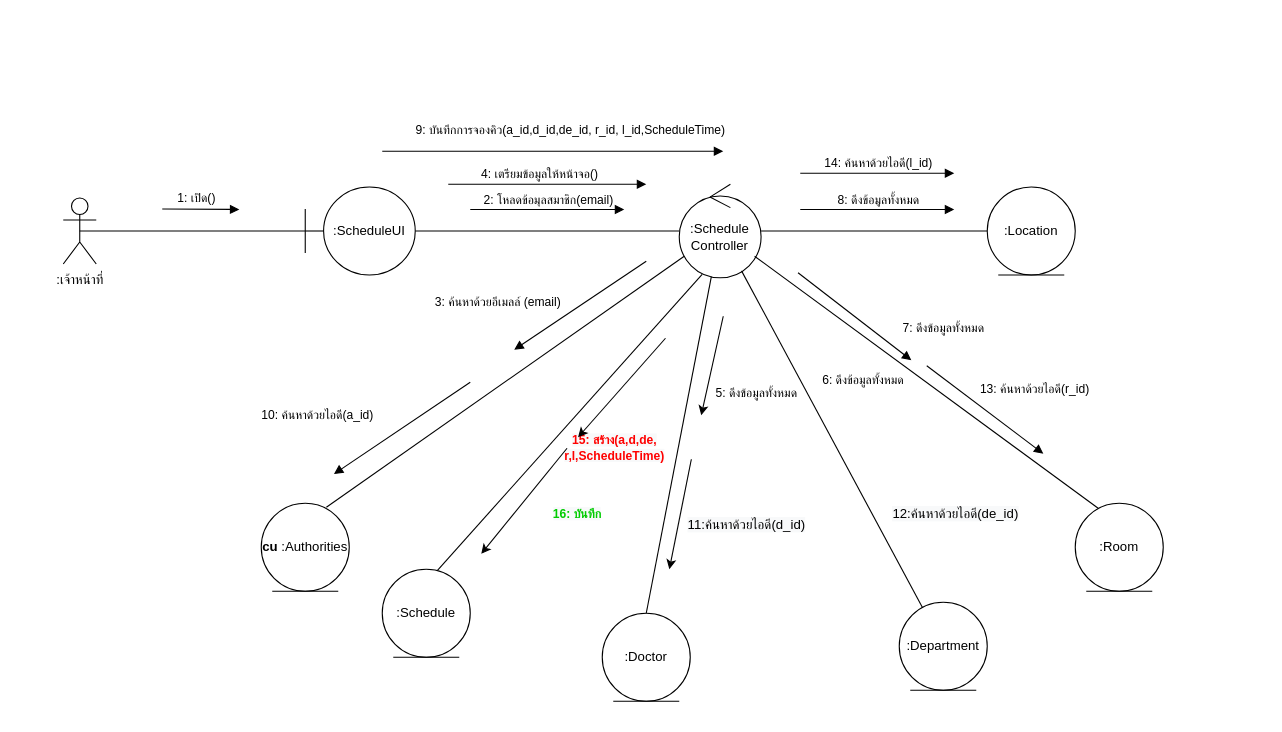
Above: page "communication" (9 of 10) of ระบบนัดหมาย.drawio in nunpromporn/DoctorSchedule (draw.io), before the change. Source tidied: cells renumbered, new cells numbered last; positions are measured from the earlier drawing's top-left corner, leaving out a move shared by most shapes. Both pictures are drawn from the tidied source at 110%, with x=0, y=0 at pixel (63, 151).
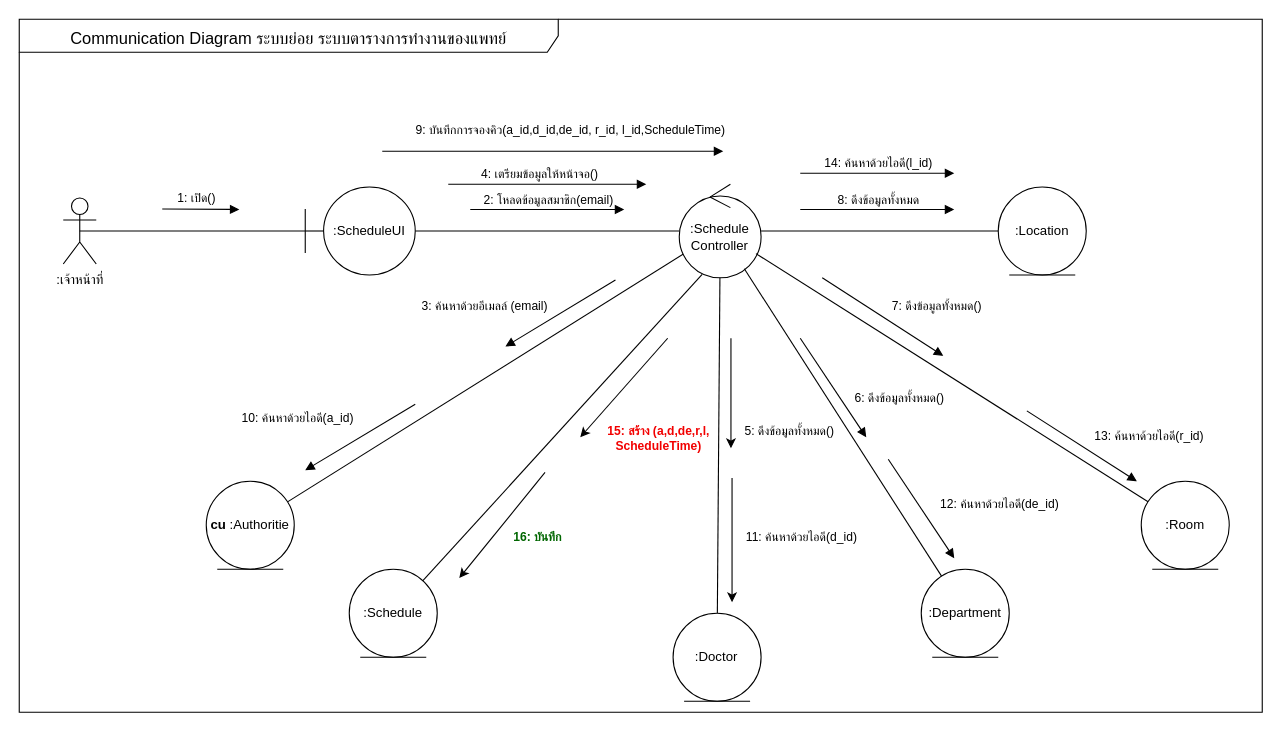
The same diagram, later.

The change refers to these unchanged cells:
```xml
<mxCell id="6" value=":Schedule&lt;br&gt;Controller" style="ellipse;shape=umlControl;whiteSpace=wrap;html=1;" parent="1" vertex="1">
  <mxGeometry x="560" y="30" width="74.4" height="85" as="geometry" />
</mxCell>
<mxCell id="17" style="endArrow=block;html=1;rounded=0;endFill=1;" parent="1" edge="1">
  <mxGeometry relative="1" as="geometry">
    <mxPoint x="370" y="53" as="sourcePoint" />
    <mxPoint x="510" y="53" as="targetPoint" />
  </mxGeometry>
</mxCell>
```

Change to the diagram source:
```diff
@@
+    <mxCell id="50" value="&lt;font style=&quot;font-size: 15px;&quot;&gt;Communication Diagram ระบบย่อย ระบบตารางการทำงานของแพทย์&lt;/font&gt;" style="shape=umlFrame;whiteSpace=wrap;html=1;fontSize=21;width=490;height=30;" parent="1" vertex="1">
+      <mxGeometry x="-40" y="-120" width="1130" height="630" as="geometry" />
+    </mxCell>
@@
-    <mxCell id="4" style="rounded=0;jettySize=auto;html=1;endArrow=none;endFill=0;exitX=0.74;exitY=0.046;exitDx=0;exitDy=0;exitPerimeter=0;" parent="1" edge="1" source="5" target="6">
+    <mxCell id="4" style="rounded=0;jettySize=auto;html=1;endArrow=none;endFill=0;" parent="1" edge="1" source="5" target="6">
       <mxGeometry relative="1" as="geometry" />
     </mxCell>
-    <mxCell id="5" value="&lt;b&gt;cu &lt;/b&gt;:Authorities" style="ellipse;shape=umlEntity;whiteSpace=wrap;html=1;" parent="1" vertex="1">
-      <mxGeometry x="180" y="320" width="80" height="80" as="geometry" />
+    <mxCell id="5" value="&lt;b&gt;cu &lt;/b&gt;:Authoritie" style="ellipse;shape=umlEntity;whiteSpace=wrap;html=1;" parent="1" vertex="1">
+      <mxGeometry x="130" y="300" width="80" height="80" as="geometry" />
     </mxCell>
@@
-    <mxCell id="11" style="edgeStyle=none;rounded=0;jettySize=auto;html=1;exitX=0.5;exitY=0;exitDx=0;exitDy=0;endArrow=none;endFill=0;" parent="1" edge="1" source="12" target="6">
+    <mxCell id="11" style="edgeStyle=none;rounded=0;jettySize=auto;html=1;endArrow=none;endFill=0;" parent="1" edge="1" source="12" target="6">
       <mxGeometry relative="1" as="geometry" />
     </mxCell>
     <mxCell id="12" value=":Doctor" style="ellipse;shape=umlEntity;whiteSpace=wrap;html=1;" parent="1" vertex="1">
-      <mxGeometry x="490" y="420" width="80" height="80" as="geometry" />
+      <mxGeometry x="554.4" y="420" width="80" height="80" as="geometry" />
     </mxCell>
@@
     <mxCell id="14" value=":Location" style="ellipse;shape=umlEntity;whiteSpace=wrap;html=1;" parent="1" vertex="1">
-      <mxGeometry x="840" y="32.5" width="80" height="80" as="geometry" />
+      <mxGeometry x="850" y="32.5" width="80" height="80" as="geometry" />
     </mxCell>
-    <mxCell id="15" style="edgeStyle=none;rounded=0;jettySize=auto;html=1;endArrow=none;endFill=0;exitX=0.272;exitY=0.066;exitDx=0;exitDy=0;exitPerimeter=0;" parent="1" edge="1" source="16" target="6">
+    <mxCell id="15" style="edgeStyle=none;rounded=0;jettySize=auto;html=1;endArrow=none;endFill=0;" parent="1" edge="1" source="16" target="6">
       <mxGeometry relative="1" as="geometry" />
     </mxCell>
     <mxCell id="16" value=":Room" style="ellipse;shape=umlEntity;whiteSpace=wrap;html=1;" parent="1" vertex="1">
-      <mxGeometry x="920" y="320" width="80" height="80" as="geometry" />
+      <mxGeometry x="980" y="300" width="80" height="80" as="geometry" />
     </mxCell>
@@
-    <mxCell id="18" value="2: โหลดข้อมุลสมาชิก(email)" style="edgeLabel;html=1;align=center;verticalAlign=middle;" parent="17" vertex="1">
+    <mxCell id="18" value="2: โหลดข้อมูลสมาชิก(email)" style="edgeLabel;html=1;align=center;verticalAlign=middle;" parent="17" vertex="1">
       <mxGeometry x="-0.4" y="1" relative="1" as="geometry">
         <mxPoint x="28" y="-9" as="offset" />
       </mxGeometry>
     </mxCell>
@@
     <mxCell id="23" style="endArrow=none;html=1;rounded=0;endFill=0;startArrow=block;startFill=1;" parent="1" edge="1">
       <mxGeometry relative="1" as="geometry">
-        <mxPoint x="410" y="180.5" as="sourcePoint" />
-        <mxPoint x="530" y="100" as="targetPoint" />
+        <mxPoint x="402" y="177.5" as="sourcePoint" />
+        <mxPoint x="502" y="117" as="targetPoint" />
       </mxGeometry>
     </mxCell>
     <mxCell id="24" value="3: ค้นหาด้วยอีเมลล์ (email)" style="edgeLabel;html=1;align=center;verticalAlign=middle;" parent="23" vertex="1">
       <mxGeometry x="0.18" y="-1" relative="1" as="geometry">
-        <mxPoint x="-87" y="3" as="offset" />
+        <mxPoint x="-79" y="-2" as="offset" />
       </mxGeometry>
     </mxCell>
     <mxCell id="25" value="10: ค้นหาด้วยไอดี(a_id)" style="edgeLabel;html=1;align=center;verticalAlign=middle;" parent="23" vertex="1">
       <mxGeometry x="0.18" y="-1" relative="1" as="geometry">
-        <mxPoint x="-251" y="106" as="offset" />
+        <mxPoint x="-249" y="100" as="offset" />
       </mxGeometry>
     </mxCell>
-    <mxCell id="26" value="&lt;b style=&quot;background-color: rgb(248, 249, 250);&quot;&gt;&lt;font color=&quot;#ff0000&quot;&gt;15: สร้าง(a,d,de,&lt;br&gt;r,l,ScheduleTime&lt;/font&gt;&lt;/b&gt;&lt;b style=&quot;background-color: rgb(248, 249, 250);&quot;&gt;&lt;font color=&quot;#ff0000&quot;&gt;)&lt;/font&gt;&lt;/b&gt;" style="edgeLabel;html=1;align=center;verticalAlign=middle;" parent="23" vertex="1">
-      <mxGeometry x="0.18" y="-1" relative="1" as="geometry">
-        <mxPoint x="19" y="136" as="offset" />
-      </mxGeometry>
-    </mxCell>
-    <mxCell id="27" value="&lt;b style=&quot;background-color: rgb(248, 249, 250);&quot;&gt;&lt;font color=&quot;#00cc00&quot;&gt;16: บันทึก&lt;/font&gt;&lt;/b&gt;" style="edgeLabel;html=1;align=center;verticalAlign=middle;" parent="23" vertex="1">
-      <mxGeometry x="0.18" y="-1" relative="1" as="geometry">
-        <mxPoint x="-15" y="196" as="offset" />
-      </mxGeometry>
-    </mxCell>
-    <mxCell id="28" value="&lt;span style=&quot;font-size: 12px; background-color: rgb(248, 249, 250);&quot;&gt;11:ค้นหาด้วยไอดี(d_id)&lt;/span&gt;" style="edgeLabel;html=1;align=center;verticalAlign=middle;" parent="23" vertex="1">
-      <mxGeometry x="0.18" y="-1" relative="1" as="geometry">
-        <mxPoint x="139" y="206" as="offset" />
-      </mxGeometry>
-    </mxCell>
-    <mxCell id="29" value="&lt;span style=&quot;font-size: 12px; background-color: rgb(248, 249, 250);&quot;&gt;12:ค้นหาด้วยไอดี(de_id)&lt;/span&gt;" style="edgeLabel;html=1;align=center;verticalAlign=middle;" parent="23" vertex="1">
-      <mxGeometry x="0.18" y="-1" relative="1" as="geometry">
-        <mxPoint x="329" y="196" as="offset" />
-      </mxGeometry>
-    </mxCell>
@@
     <mxCell id="32" style="endArrow=none;html=1;rounded=0;endFill=0;startArrow=block;startFill=1;" parent="1" edge="1">
       <mxGeometry relative="1" as="geometry">
-        <mxPoint x="771" y="190" as="sourcePoint" />
-        <mxPoint x="668" y="110.5" as="targetPoint" />
+        <mxPoint x="800" y="186" as="sourcePoint" />
+        <mxPoint x="690" y="115" as="targetPoint" />
       </mxGeometry>
     </mxCell>
-    <mxCell id="33" value="7: ดึงข้อมูลทั้งหมด" style="edgeLabel;html=1;align=center;verticalAlign=middle;" parent="32" vertex="1">
+    <mxCell id="33" value="7: ดึงข้อมูลทั้งหมด()" style="edgeLabel;html=1;align=center;verticalAlign=middle;" parent="32" vertex="1">
       <mxGeometry x="0.18" y="-1" relative="1" as="geometry">
-        <mxPoint x="89" y="18" as="offset" />
+        <mxPoint x="58" y="-3" as="offset" />
       </mxGeometry>
     </mxCell>
-    <mxCell id="34" value="5: ดึงข้อมูลทั้งหมด" style="edgeLabel;html=1;align=center;verticalAlign=middle;" parent="32" vertex="1">
+    <mxCell id="34" value="5: ดึงข้อมูลทั้งหมด()" style="edgeLabel;html=1;align=center;verticalAlign=middle;" parent="32" vertex="1">
       <mxGeometry x="0.18" y="-1" relative="1" as="geometry">
-        <mxPoint x="-81" y="77" as="offset" />
+        <mxPoint x="-76" y="110" as="offset" />
       </mxGeometry>
     </mxCell>
-    <mxCell id="35" value="6: ดึงข้อมูลทั้งหมด" style="edgeLabel;html=1;align=center;verticalAlign=middle;" parent="32" vertex="1">
+    <mxCell id="35" value="6: ดึงข้อมูลทั้งหมด()" style="edgeLabel;html=1;align=center;verticalAlign=middle;" parent="32" vertex="1">
       <mxGeometry x="0.18" y="-1" relative="1" as="geometry">
-        <mxPoint x="16" y="65" as="offset" />
+        <mxPoint x="24" y="80" as="offset" />
       </mxGeometry>
     </mxCell>
     <mxCell id="36" style="endArrow=none;html=1;rounded=0;endFill=0;startArrow=block;startFill=1;" parent="1" edge="1">
       <mxGeometry relative="1" as="geometry">
-        <mxPoint x="891" y="275" as="sourcePoint" />
-        <mxPoint x="785" y="195" as="targetPoint" />
+        <mxPoint x="976" y="300" as="sourcePoint" />
+        <mxPoint x="876" y="236" as="targetPoint" />
       </mxGeometry>
     </mxCell>
     <mxCell id="37" value="13: ค้นหาด้วยไอดี(r_id)" style="edgeLabel;html=1;align=center;verticalAlign=middle;" parent="36" vertex="1">
       <mxGeometry x="0.18" y="-1" relative="1" as="geometry">
-        <mxPoint x="53" y="-12" as="offset" />
+        <mxPoint x="69" y="-3" as="offset" />
       </mxGeometry>
     </mxCell>
+    <mxCell id="51" value="12: ค้นหาด้วยไอดี(de_id)" style="edgeLabel;html=1;align=center;verticalAlign=middle;" parent="36" vertex="1">
+      <mxGeometry x="0.18" y="-1" relative="1" as="geometry">
+        <mxPoint x="-67" y="59" as="offset" />
+      </mxGeometry>
+    </mxCell>
+    <mxCell id="52" value="11: ค้นหาด้วยไอดี(d_id)" style="edgeLabel;html=1;align=center;verticalAlign=middle;" parent="36" vertex="1">
+      <mxGeometry x="0.18" y="-1" relative="1" as="geometry">
+        <mxPoint x="-247" y="89" as="offset" />
+      </mxGeometry>
+    </mxCell>
+    <mxCell id="27" value="&lt;b style=&quot;&quot;&gt;&lt;font color=&quot;#006600&quot;&gt;16: บันทึก&lt;/font&gt;&lt;/b&gt;" style="edgeLabel;html=1;align=center;verticalAlign=middle;" parent="36" vertex="1">
+      <mxGeometry x="0.18" y="-1" relative="1" as="geometry">
+        <mxPoint x="-487" y="89" as="offset" />
+      </mxGeometry>
+    </mxCell>
+    <mxCell id="53" value="&lt;b&gt;&lt;font color=&quot;#f20000&quot;&gt;15: สร้าง (a,d,de,r,l,&lt;br&gt;ScheduleTime)&lt;/font&gt;&lt;/b&gt;" style="edgeLabel;html=1;align=center;verticalAlign=middle;" parent="36" vertex="1">
+      <mxGeometry x="0.18" y="-1" relative="1" as="geometry">
+        <mxPoint x="-377" y="-1" as="offset" />
+      </mxGeometry>
+    </mxCell>
@@
-    <mxCell id="40" style="edgeStyle=none;rounded=0;jettySize=auto;html=1;endArrow=none;endFill=0;entryX=0.28;entryY=0.965;entryDx=0;entryDy=0;entryPerimeter=0;exitX=0.615;exitY=0.026;exitDx=0;exitDy=0;exitPerimeter=0;" parent="1" edge="1" source="41" target="6">
+    <mxCell id="40" style="edgeStyle=none;rounded=0;jettySize=auto;html=1;endArrow=none;endFill=0;entryX=0.28;entryY=0.965;entryDx=0;entryDy=0;entryPerimeter=0;" parent="1" edge="1" source="41" target="6">
       <mxGeometry relative="1" as="geometry" />
     </mxCell>
     <mxCell id="41" value=":Schedule" style="ellipse;shape=umlEntity;whiteSpace=wrap;html=1;" parent="1" vertex="1">
-      <mxGeometry x="290" y="380" width="80" height="80" as="geometry" />
+      <mxGeometry x="260" y="380" width="80" height="80" as="geometry" />
     </mxCell>
     <mxCell id="42" style="endArrow=classic;html=1;rounded=0;" parent="1" edge="1">
       <mxGeometry relative="1" as="geometry">
-        <mxPoint x="547.5" y="170" as="sourcePoint" />
-        <mxPoint x="468" y="260" as="targetPoint" />
+        <mxPoint x="549.5" y="170" as="sourcePoint" />
+        <mxPoint x="470" y="260" as="targetPoint" />
       </mxGeometry>
     </mxCell>
     <mxCell id="43" style="endArrow=classic;html=1;rounded=0;" parent="1" edge="1">
       <mxGeometry relative="1" as="geometry">
-        <mxPoint x="458" y="270" as="sourcePoint" />
-        <mxPoint x="380" y="366" as="targetPoint" />
+        <mxPoint x="438" y="292" as="sourcePoint" />
+        <mxPoint x="360" y="388" as="targetPoint" />
       </mxGeometry>
     </mxCell>
     <mxCell id="44" style="endArrow=classic;html=1;rounded=0;" parent="1" edge="1">
       <mxGeometry relative="1" as="geometry">
-        <mxPoint x="571" y="280" as="sourcePoint" />
-        <mxPoint x="551" y="380" as="targetPoint" />
+        <mxPoint x="608" y="297" as="sourcePoint" />
+        <mxPoint x="608" y="410" as="targetPoint" />
       </mxGeometry>
     </mxCell>
     <mxCell id="45" style="endArrow=classic;html=1;rounded=0;" parent="1" edge="1">
       <mxGeometry relative="1" as="geometry">
-        <mxPoint x="600" y="150" as="sourcePoint" />
-        <mxPoint x="580" y="240" as="targetPoint" />
+        <mxPoint x="607" y="170" as="sourcePoint" />
+        <mxPoint x="607" y="270" as="targetPoint" />
       </mxGeometry>
     </mxCell>
     <mxCell id="46" style="endArrow=none;html=1;rounded=0;endFill=0;startArrow=block;startFill=1;" parent="1" edge="1">
       <mxGeometry relative="1" as="geometry">
-        <mxPoint x="246" y="293.5" as="sourcePoint" />
-        <mxPoint x="370" y="210" as="targetPoint" />
+        <mxPoint x="220" y="290" as="sourcePoint" />
+        <mxPoint x="320" y="230" as="targetPoint" />
       </mxGeometry>
     </mxCell>
@@
     <mxCell id="48" value=":Department" style="ellipse;shape=umlEntity;whiteSpace=wrap;html=1;" parent="1" vertex="1">
-      <mxGeometry x="760" y="410" width="80" height="80" as="geometry" />
+      <mxGeometry x="780" y="380" width="80" height="80" as="geometry" />
     </mxCell>
@@
+    <mxCell id="54" style="endArrow=block;html=1;rounded=0;endFill=1;" parent="1" edge="1">
+      <mxGeometry relative="1" as="geometry">
+        <mxPoint x="670" y="170" as="sourcePoint" />
+        <mxPoint x="730" y="260" as="targetPoint" />
+      </mxGeometry>
+    </mxCell>
+    <mxCell id="55" style="endArrow=block;html=1;rounded=0;endFill=1;" parent="1" edge="1">
+      <mxGeometry relative="1" as="geometry">
+        <mxPoint x="750" y="280" as="sourcePoint" />
+        <mxPoint x="810" y="370" as="targetPoint" />
+      </mxGeometry>
+    </mxCell>
```
